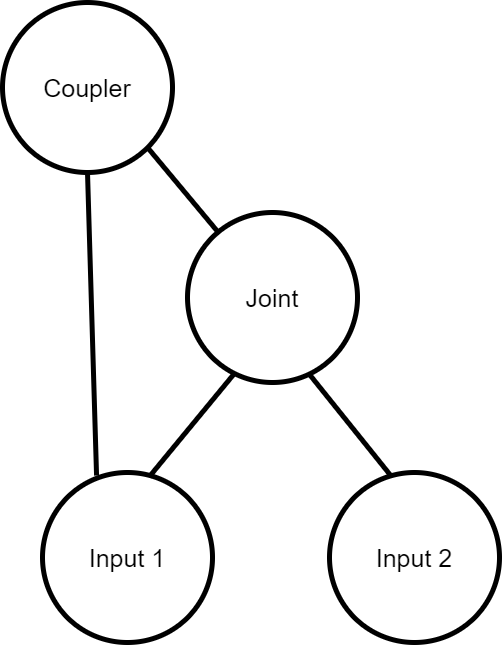
Before: assets/diagrams/coupler.png, a diagram exported from draw.io (brandon-gamble/drawing_machine). Source tidied: cells renumbered, new cells last; positions are measured from the earlier drawing's top-left corner, leaving out a move shared by most shapes. The source it was exported from:
```xml
<mxGraphModel>
  <root>
    <mxCell id="0" />
    <mxCell id="1" parent="0" />
    <mxCell id="2" value="&lt;span style=&quot;font-size: 25px&quot;&gt;Joint&lt;/span&gt;" style="ellipse;whiteSpace=wrap;html=1;strokeWidth=5;" parent="1" vertex="1">
      <mxGeometry x="185" y="210" width="170" height="170" as="geometry" />
    </mxCell>
    <mxCell id="3" value="&lt;font style=&quot;font-size: 25px&quot;&gt;Input 1&lt;/font&gt;" style="ellipse;whiteSpace=wrap;html=1;strokeWidth=5;" parent="1" vertex="1">
      <mxGeometry x="40" y="470" width="170" height="170" as="geometry" />
    </mxCell>
    <mxCell id="4" value="&lt;font style=&quot;font-size: 25px&quot;&gt;Input 2&lt;/font&gt;" style="ellipse;whiteSpace=wrap;html=1;strokeWidth=5;" parent="1" vertex="1">
      <mxGeometry x="327" y="470" width="170" height="170" as="geometry" />
    </mxCell>
    <mxCell id="5" style="endArrow=none;html=1;rounded=0;fontSize=25;strokeWidth=5;exitX=0.629;exitY=0.024;exitDx=0;exitDy=0;exitPerimeter=0;entryX=0.271;entryY=0.953;entryDx=0;entryDy=0;entryPerimeter=0;" parent="1" edge="1" source="3" target="2">
      <mxGeometry relative="1" as="geometry" />
    </mxCell>
    <mxCell id="6" style="endArrow=none;html=1;rounded=0;fontSize=25;strokeWidth=5;exitX=0.365;exitY=0.024;exitDx=0;exitDy=0;exitPerimeter=0;entryX=0.718;entryY=0.953;entryDx=0;entryDy=0;entryPerimeter=0;" parent="1" edge="1" source="4" target="2">
      <mxGeometry relative="1" as="geometry" />
    </mxCell>
    <mxCell id="7" value="&lt;font style=&quot;font-size: 25px&quot;&gt;Coupler&lt;/font&gt;" style="ellipse;whiteSpace=wrap;html=1;strokeWidth=5;" parent="1" vertex="1">
      <mxGeometry width="170" height="170" as="geometry" />
    </mxCell>
    <mxCell id="8" style="endArrow=none;html=1;rounded=0;fontSize=25;strokeWidth=5;exitX=0.318;exitY=0.018;exitDx=0;exitDy=0;exitPerimeter=0;entryX=0.5;entryY=1;entryDx=0;entryDy=0;" parent="1" edge="1" source="3" target="7">
      <mxGeometry relative="1" as="geometry" />
    </mxCell>
    <mxCell id="9" style="endArrow=none;html=1;rounded=0;fontSize=25;strokeWidth=5;entryX=1;entryY=1;entryDx=0;entryDy=0;" parent="1" edge="1" source="2" target="7">
      <mxGeometry relative="1" as="geometry" />
    </mxCell>
  </root>
</mxGraphModel>
```
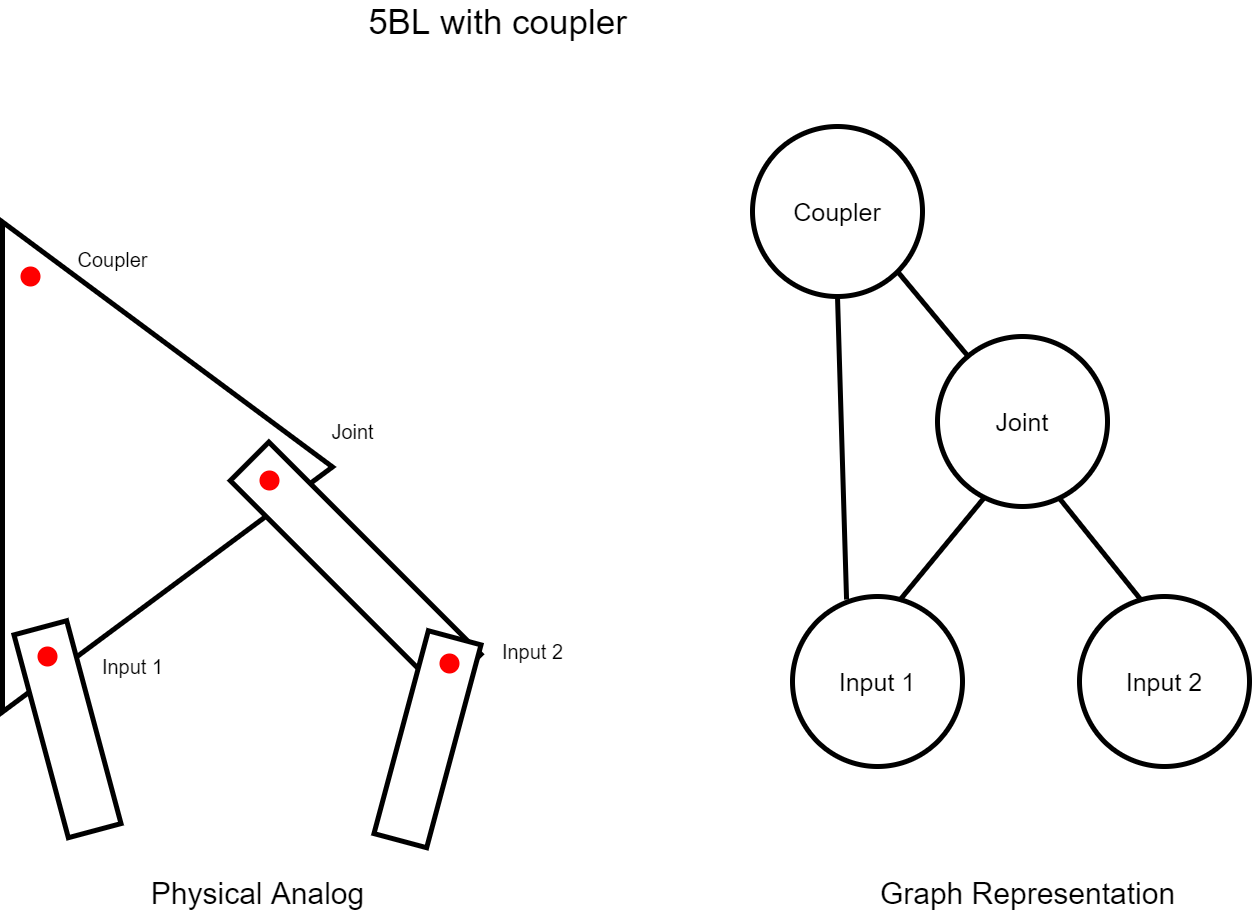
Later version of the same file.

Commit message:
readme: updates and additions to figures

What changed in the source:
```diff
@@ -26,5 +26,50 @@
     <mxCell id="9" style="endArrow=none;html=1;rounded=0;fontSize=25;strokeWidth=5;entryX=1;entryY=1;entryDx=0;entryDy=0;" parent="1" edge="1" source="2" target="7">
       <mxGeometry relative="1" as="geometry" />
     </mxCell>
+    <mxCell id="10" style="triangle;whiteSpace=wrap;html=1;strokeWidth=5;" parent="1" vertex="1">
+      <mxGeometry x="-750" y="95.5" width="330" height="490" as="geometry" />
+    </mxCell>
+    <mxCell id="11" style="rounded=0;whiteSpace=wrap;html=1;strokeWidth=5;rotation=45;" parent="1" vertex="1">
+      <mxGeometry x="-546.8" y="413.6" width="300" height="54.5" as="geometry" />
+    </mxCell>
+    <mxCell id="12" style="rounded=0;whiteSpace=wrap;html=1;strokeWidth=5;rotation=75;" parent="1" vertex="1">
+      <mxGeometry x="-790" y="575.5" width="210" height="54.5" as="geometry" />
+    </mxCell>
+    <mxCell id="13" style="rounded=0;whiteSpace=wrap;html=1;strokeWidth=5;rotation=-255;" parent="1" vertex="1">
+      <mxGeometry x="-430" y="585.5" width="210" height="54.5" as="geometry" />
+    </mxCell>
+    <mxCell id="14" value="&lt;font style=&quot;font-size: 35px&quot;&gt;5BL with coupler&lt;/font&gt;" style="text;html=1;align=center;verticalAlign=middle;strokeColor=none;fillColor=none;" parent="1" vertex="1">
+      <mxGeometry x="-390" y="-120" width="270" height="30" as="geometry" />
+    </mxCell>
+    <mxCell id="15" value="&lt;font style=&quot;font-size: 30px&quot;&gt;Physical Analog&lt;/font&gt;" style="text;html=1;align=center;verticalAlign=middle;strokeColor=none;fillColor=none;fontSize=35;" parent="1" vertex="1">
+      <mxGeometry x="-610" y="740" width="230" height="50" as="geometry" />
+    </mxCell>
+    <mxCell id="16" value="&lt;font style=&quot;font-size: 30px&quot;&gt;Graph Representation&lt;/font&gt;" style="text;html=1;align=center;verticalAlign=middle;strokeColor=none;fillColor=none;fontSize=35;" parent="1" vertex="1">
+      <mxGeometry x="120" y="740" width="310" height="50" as="geometry" />
+    </mxCell>
+    <mxCell id="17" style="ellipse;whiteSpace=wrap;html=1;fontSize=30;strokeWidth=5;strokeColor=none;fillColor=#FF0000;" parent="1" vertex="1">
+      <mxGeometry x="-732" y="140" width="20" height="20" as="geometry" />
+    </mxCell>
+    <mxCell id="18" style="ellipse;whiteSpace=wrap;html=1;fontSize=30;strokeWidth=5;strokeColor=none;fillColor=#FF0000;" parent="1" vertex="1">
+      <mxGeometry x="-313" y="527" width="20" height="20" as="geometry" />
+    </mxCell>
+    <mxCell id="19" style="ellipse;whiteSpace=wrap;html=1;fontSize=30;strokeWidth=5;strokeColor=none;fillColor=#FF0000;" parent="1" vertex="1">
+      <mxGeometry x="-493" y="344" width="20" height="20" as="geometry" />
+    </mxCell>
+    <mxCell id="20" style="ellipse;whiteSpace=wrap;html=1;fontSize=30;strokeWidth=5;strokeColor=none;fillColor=#FF0000;" parent="1" vertex="1">
+      <mxGeometry x="-715" y="520" width="20" height="20" as="geometry" />
+    </mxCell>
+    <mxCell id="21" value="&lt;font style=&quot;font-size: 20px&quot;&gt;Coupler&lt;/font&gt;" style="text;html=1;align=center;verticalAlign=middle;strokeColor=none;fillColor=none;fontSize=30;" parent="1" vertex="1">
+      <mxGeometry x="-685" y="110" width="90" height="40" as="geometry" />
+    </mxCell>
+    <mxCell id="22" value="Input 2" style="text;html=1;align=center;verticalAlign=middle;strokeColor=none;fillColor=none;fontSize=20;" parent="1" vertex="1">
+      <mxGeometry x="-260" y="510" width="80" height="30" as="geometry" />
+    </mxCell>
+    <mxCell id="23" value="Joint" style="text;html=1;align=center;verticalAlign=middle;strokeColor=none;fillColor=none;fontSize=20;" parent="1" vertex="1">
+      <mxGeometry x="-430" y="290" width="60" height="30" as="geometry" />
+    </mxCell>
+    <mxCell id="24" value="Input 1" style="text;html=1;align=center;verticalAlign=middle;strokeColor=none;fillColor=none;fontSize=20;" parent="1" vertex="1">
+      <mxGeometry x="-660" y="525" width="80" height="30" as="geometry" />
+    </mxCell>
   </root>
 </mxGraphModel>
```
